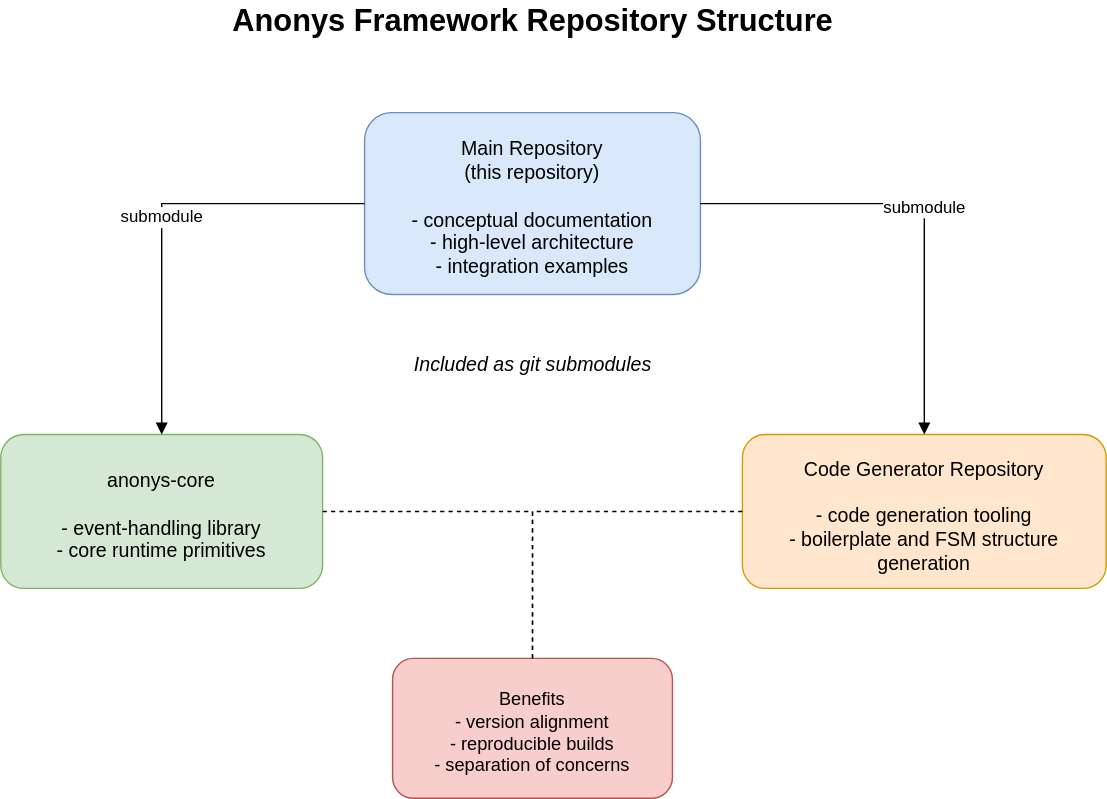
Earlier version of the draw.io export img/anonys_repository_structure.svg (noloops/anonys). Source tidied: cells renumbered, new cells last; positions are measured from the earlier drawing's top-left corner, leaving out a move shared by most shapes.
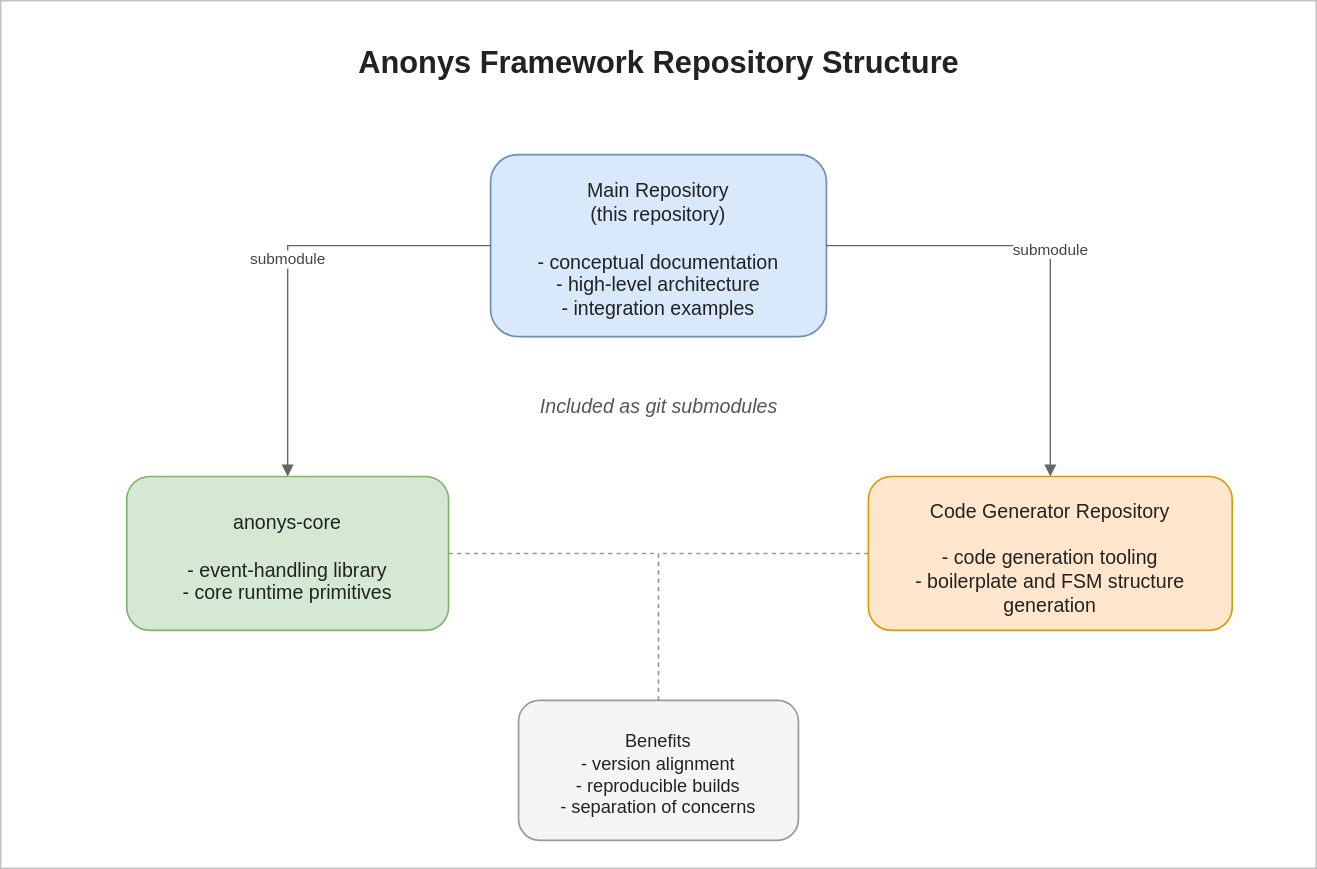
The same diagram one commit later.

Commit message:
The draw.io diagram uses now an opaque white background and a border frame.

Change to the diagram source:
```diff
@@ -1,35 +1,38 @@
-<mxGraphModel>
+<mxGraphModel background="#ffffff">
   <root>
     <mxCell id="0" />
     <mxCell id="1" parent="0" />
+    <mxCell id="12" style="rounded=0;whiteSpace=wrap;html=1;fillColor=#ffffff;strokeColor=#c0c0c0;strokeWidth=1;" parent="1" vertex="1">
+      <mxGeometry x="-90" y="-30" width="940" height="620" as="geometry" />
+    </mxCell>
-    <mxCell id="2" value="Anonys Framework Repository Structure" style="text;html=1;strokeColor=none;fillColor=none;align=center;verticalAlign=middle;fontSize=22;fontStyle=1;" parent="1" vertex="1">
+    <mxCell id="2" value="Anonys Framework Repository Structure" style="text;html=1;strokeColor=none;fillColor=none;align=center;verticalAlign=middle;fontSize=22;fontStyle=1;fontColor=#222222;" parent="1" vertex="1">
       <mxGeometry x="200" width="360" height="30" as="geometry" />
     </mxCell>
-    <mxCell id="3" value="Main Repository&#10;(this repository)&#10;&#10;- conceptual documentation&#10;- high-level architecture&#10;- integration examples" style="rounded=1;whiteSpace=wrap;html=1;fillColor=#dae8fc;strokeColor=#6c8ebf;fontSize=14;spacingTop=6;" parent="1" vertex="1">
+    <mxCell id="3" value="Main Repository&#10;(this repository)&#10;&#10;- conceptual documentation&#10;- high-level architecture&#10;- integration examples" style="rounded=1;whiteSpace=wrap;html=1;fillColor=#dae8fc;strokeColor=#6c8ebf;strokeWidth=1.2;fontSize=14;fontColor=#222222;spacingTop=6;" parent="1" vertex="1">
       <mxGeometry x="260" y="80" width="240" height="130" as="geometry" />
     </mxCell>
-    <mxCell id="4" value="anonys-core&#10;&#10;- event-handling library&#10;- core runtime primitives" style="rounded=1;whiteSpace=wrap;html=1;fillColor=#d5e8d4;strokeColor=#82b366;fontSize=14;spacingTop=6;" parent="1" vertex="1">
+    <mxCell id="4" value="anonys-core&#10;&#10;- event-handling library&#10;- core runtime primitives" style="rounded=1;whiteSpace=wrap;html=1;fillColor=#d5e8d4;strokeColor=#82b366;strokeWidth=1.2;fontSize=14;fontColor=#222222;spacingTop=6;" parent="1" vertex="1">
       <mxGeometry y="310" width="230" height="110" as="geometry" />
     </mxCell>
-    <mxCell id="5" value="Code Generator Repository&#10;&#10;- code generation tooling&#10;- boilerplate and FSM structure generation" style="rounded=1;whiteSpace=wrap;html=1;fillColor=#ffe6cc;strokeColor=#d79b00;fontSize=14;spacingTop=6;" parent="1" vertex="1">
+    <mxCell id="5" value="Code Generator Repository&#10;&#10;- code generation tooling&#10;- boilerplate and FSM structure generation" style="rounded=1;whiteSpace=wrap;html=1;fillColor=#ffe6cc;strokeColor=#d79b00;strokeWidth=1.2;fontSize=14;fontColor=#222222;spacingTop=6;" parent="1" vertex="1">
       <mxGeometry x="530" y="310" width="260" height="110" as="geometry" />
     </mxCell>
-    <mxCell id="6" value="Included as git submodules" style="text;html=1;strokeColor=none;fillColor=none;align=center;verticalAlign=middle;fontSize=14;fontStyle=2;" parent="1" vertex="1">
+    <mxCell id="6" value="Included as git submodules" style="text;html=1;strokeColor=none;fillColor=none;align=center;verticalAlign=middle;fontSize=14;fontStyle=2;fontColor=#555555;" parent="1" vertex="1">
       <mxGeometry x="260" y="245" width="240" height="30" as="geometry" />
     </mxCell>
-    <mxCell id="7" value="submodule" style="edgeStyle=orthogonalEdgeStyle;rounded=0;jettySize=auto;html=1;endArrow=block;endFill=1;fontSize=12;" parent="1" edge="1" source="3" target="4">
+    <mxCell id="7" value="submodule" style="edgeStyle=orthogonalEdgeStyle;rounded=0;jettySize=auto;html=1;strokeColor=#666666;fontColor=#444444;endArrow=block;endFill=1;" parent="1" edge="1" source="3" target="4">
       <mxGeometry relative="1" as="geometry" />
     </mxCell>
-    <mxCell id="8" value="submodule" style="edgeStyle=orthogonalEdgeStyle;rounded=0;jettySize=auto;html=1;endArrow=block;endFill=1;fontSize=12;" parent="1" edge="1" source="3" target="5">
+    <mxCell id="8" value="submodule" style="edgeStyle=orthogonalEdgeStyle;rounded=0;jettySize=auto;html=1;strokeColor=#666666;fontColor=#444444;endArrow=block;endFill=1;" parent="1" edge="1" source="3" target="5">
       <mxGeometry relative="1" as="geometry" />
     </mxCell>
-    <mxCell id="9" value="Benefits&#10;- version alignment&#10;- reproducible builds&#10;- separation of concerns" style="rounded=1;whiteSpace=wrap;html=1;fillColor=#f8cecc;strokeColor=#b85450;fontSize=13;spacingTop=6;" parent="1" vertex="1">
+    <mxCell id="9" value="Benefits&#10;- version alignment&#10;- reproducible builds&#10;- separation of concerns" style="rounded=1;whiteSpace=wrap;html=1;fillColor=#f5f5f5;strokeColor=#999999;strokeWidth=1.2;fontSize=13;fontColor=#222222;spacingTop=6;" parent="1" vertex="1">
       <mxGeometry x="280" y="470" width="200" height="100" as="geometry" />
     </mxCell>
-    <mxCell id="10" style="edgeStyle=orthogonalEdgeStyle;rounded=0;jettySize=auto;html=1;endArrow=none;dashed=1;" parent="1" edge="1" source="4" target="9">
+    <mxCell id="10" style="edgeStyle=orthogonalEdgeStyle;rounded=0;jettySize=auto;html=1;strokeColor=#999999;endArrow=none;dashed=1;" parent="1" edge="1" source="4" target="9">
       <mxGeometry relative="1" as="geometry" />
     </mxCell>
-    <mxCell id="11" style="edgeStyle=orthogonalEdgeStyle;rounded=0;jettySize=auto;html=1;endArrow=none;dashed=1;" parent="1" edge="1" source="5" target="9">
+    <mxCell id="11" style="edgeStyle=orthogonalEdgeStyle;rounded=0;jettySize=auto;html=1;strokeColor=#999999;endArrow=none;dashed=1;" parent="1" edge="1" source="5" target="9">
       <mxGeometry relative="1" as="geometry" />
     </mxCell>
   </root>
```
